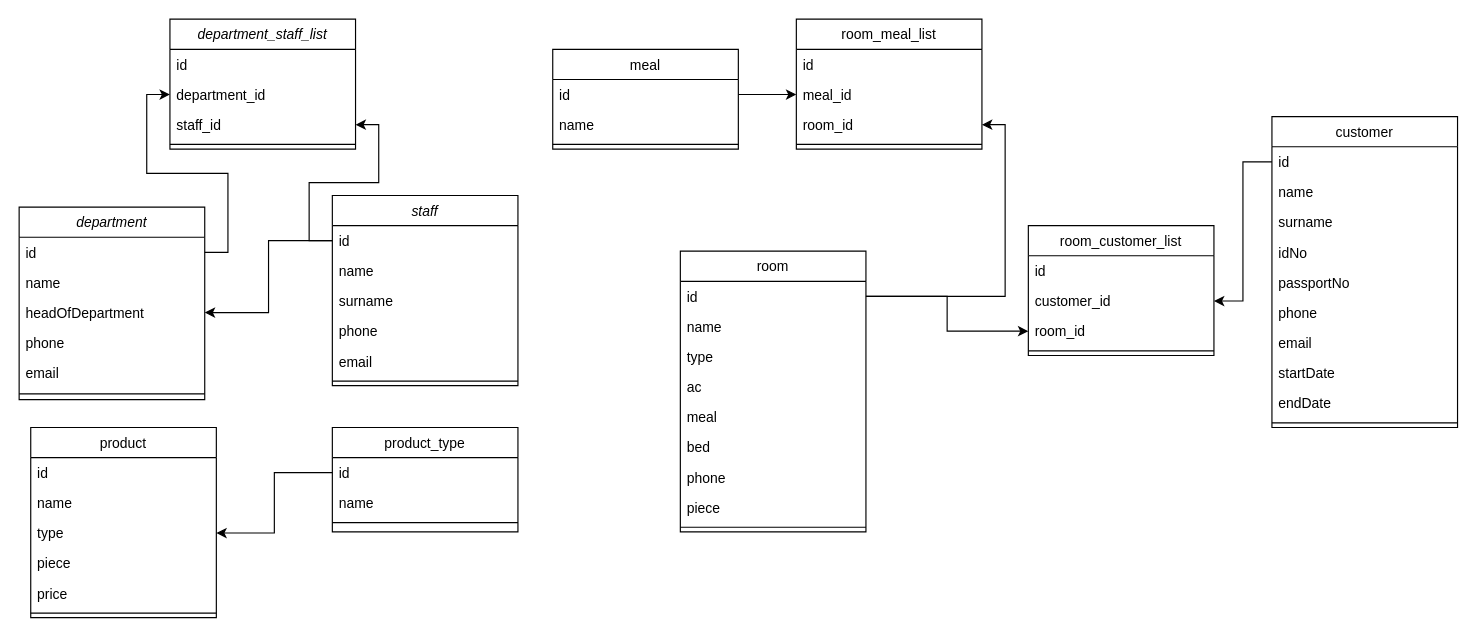
Above: Untitled Diagram.drawio in filojiston35/-ipekyol-dashboard (draw.io), before the change. Source tidied: cells renumbered, new cells numbered last; positions are measured from the earlier drawing's top-left corner, leaving out a move shared by most shapes. Both pictures are drawn from the tidied source at 116%, with x=0, y=0 at pixel (19, 19).
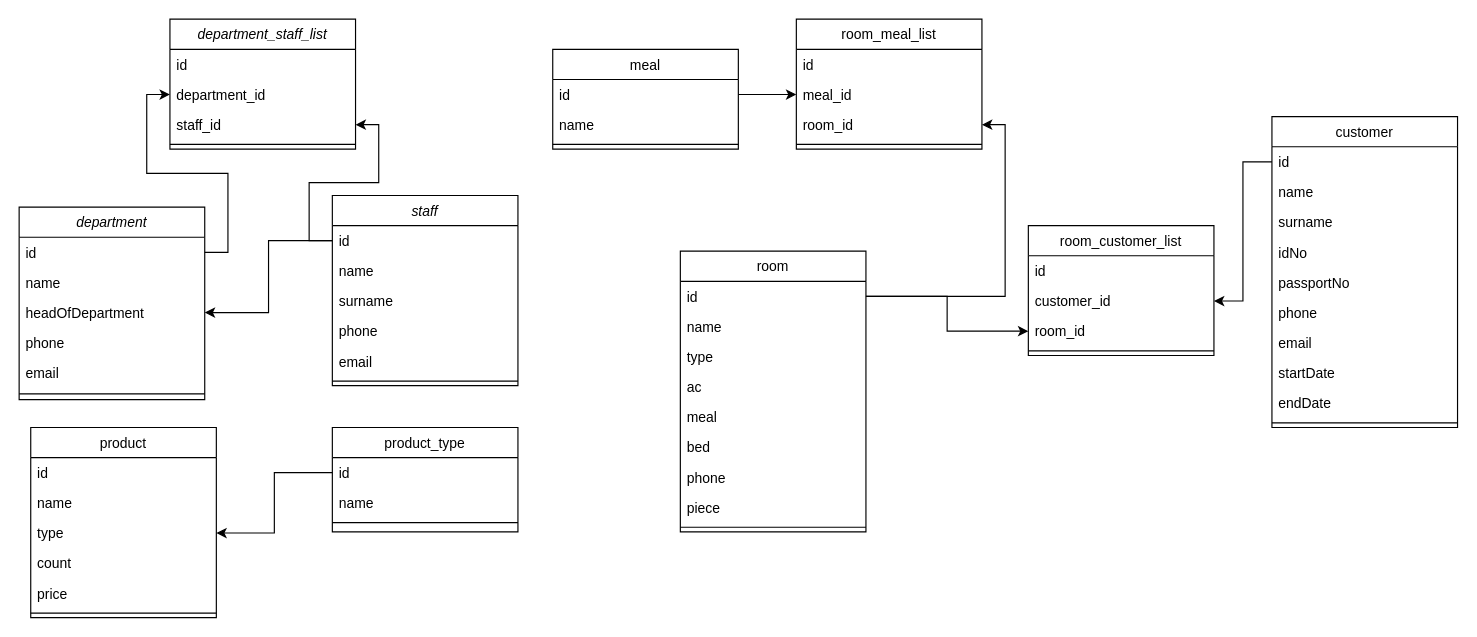
The same diagram, later.

The change refers to these unchanged cells:
```xml
<mxCell id="25" value="product" style="swimlane;fontStyle=0;align=center;verticalAlign=top;horizontal=1;startSize=26;rounded=0;shadow=0;strokeWidth=1;" parent="1" vertex="1">
  <mxGeometry x="10" y="352" width="160" height="164" as="geometry" />
</mxCell>
```

Diff of the diagram source:
```diff
@@
-    <mxCell id="29" value="piece" style="text;align=left;verticalAlign=top;spacingLeft=4;spacingRight=4;overflow=hidden;rounded=0;shadow=0;html=0;" parent="25" vertex="1">
+    <mxCell id="29" value="count" style="text;align=left;verticalAlign=top;spacingLeft=4;spacingRight=4;overflow=hidden;rounded=0;shadow=0;html=0;" parent="25" vertex="1">
       <mxGeometry y="104" width="160" height="26" as="geometry" />
     </mxCell>
```
